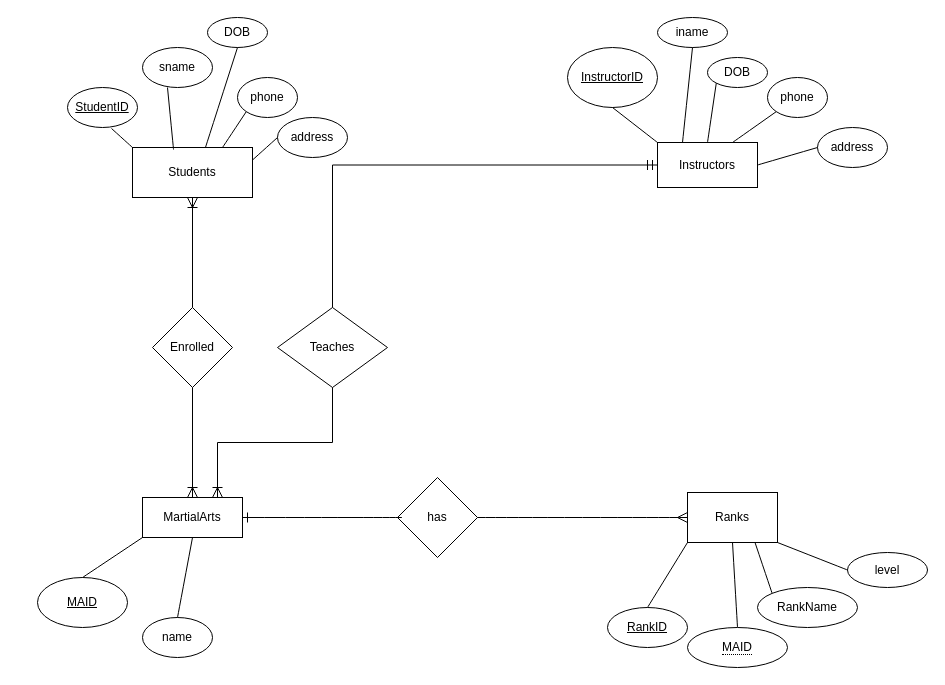
Above: MA_ER_Diagram.drawio in Atilliar1/database_project (draw.io), before the change. Source tidied: cells renumbered, new cells numbered last; positions are measured from the earlier drawing's top-left corner, leaving out a move shared by most shapes. Both pictures are drawn from the tidied source at 100%, with x=0, y=0 at pixel (37, 17).
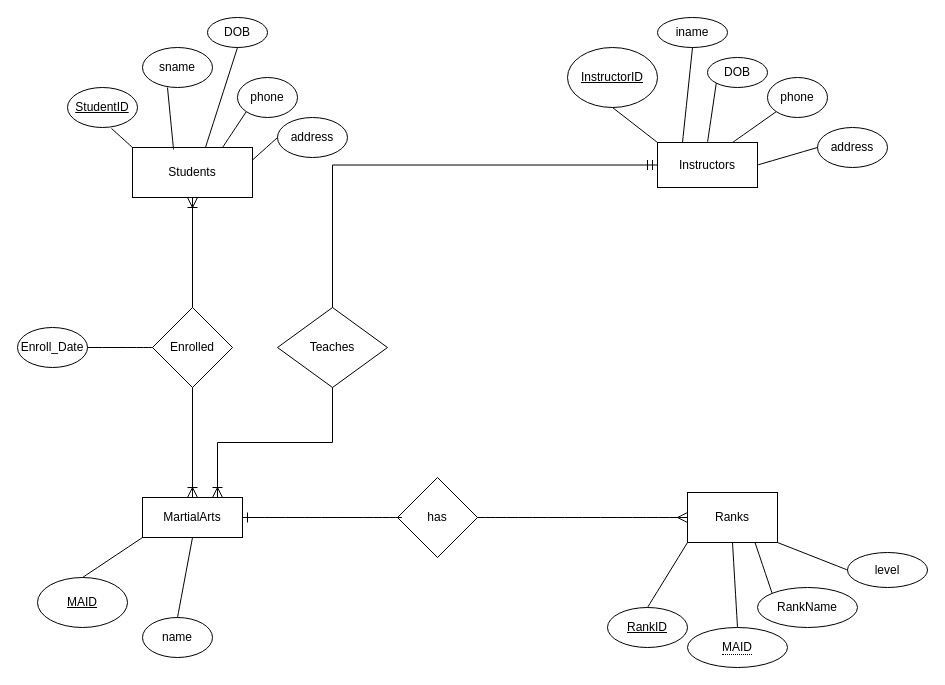
The same page after the edit.

Commit message:
Update MA_ER_Diagram with new Enroll_Date entity

Unchanged cells that the change refers to:
```xml
<mxCell id="37" value="Enrolled" style="rhombus;whiteSpace=wrap;html=1;" parent="1" vertex="1">
  <mxGeometry x="115" y="290" width="80" height="80" as="geometry" />
</mxCell>
```

What changed in the source:
```diff
@@
+    <mxCell id="47" value="Enroll_Date" style="ellipse;whiteSpace=wrap;html=1;" parent="1" vertex="1">
+      <mxGeometry x="-20" y="310" width="70" height="40" as="geometry" />
+    </mxCell>
+    <mxCell id="48" style="endArrow=none;html=1;rounded=0;fontSize=12;startSize=8;endSize=8;curved=1;entryX=1;entryY=0.5;entryDx=0;entryDy=0;exitX=0;exitY=0.5;exitDx=0;exitDy=0;" parent="1" edge="1" source="37" target="47">
+      <mxGeometry relative="1" as="geometry" />
+    </mxCell>
```
